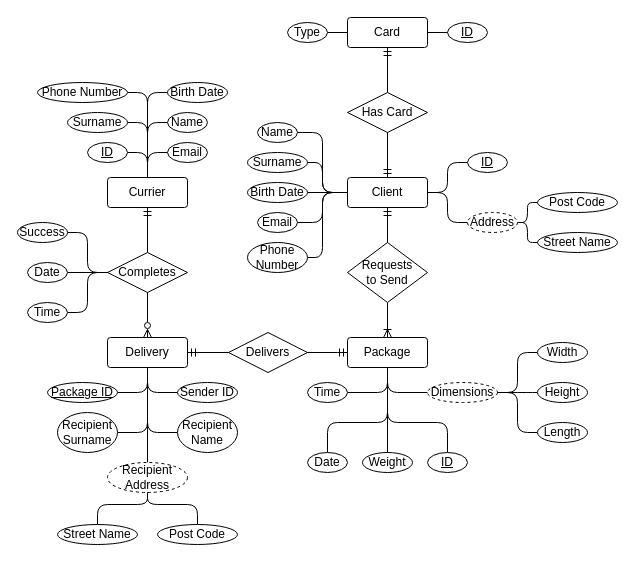
ErnestElezi/computer_engineering_notes keeps this draw.io diagram as page "Problemi 3 Homework 26.10.13" (3 of 3) of DataBase/DB_Diagrams.drawio. Above is the earlier version. Source tidied: cells renumbered, new cells numbered last; positions are measured from the earlier drawing's top-left corner, leaving out a move shared by most shapes. Both pictures are drawn from the tidied source at 100%, with x=0, y=0 at pixel (17, 17).
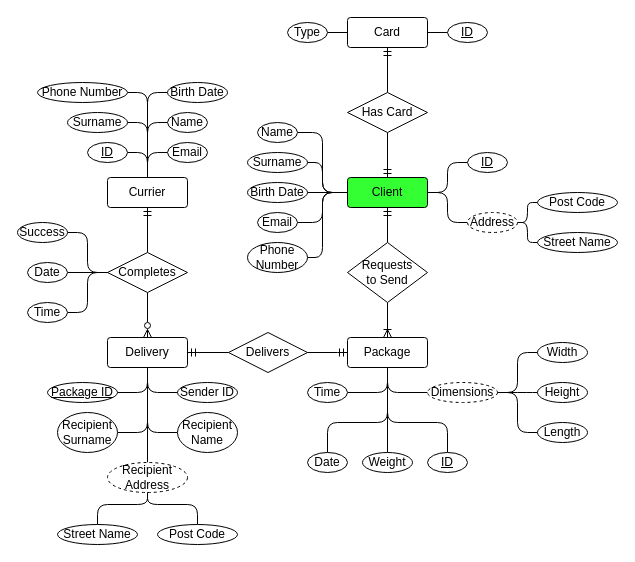
The same page after the edit.

What changed in the source:
```diff
@@
-    <mxCell id="2" value="Client" style="rounded=1;arcSize=10;whiteSpace=wrap;html=1;align=center;" parent="1" vertex="1">
+    <mxCell id="2" value="Client" style="rounded=1;arcSize=10;whiteSpace=wrap;html=1;align=center;fillColor=light-dark(#33FF33,#121212);" parent="1" vertex="1">
       <mxGeometry x="330" y="160" width="80" height="30" as="geometry" />
     </mxCell>
```
